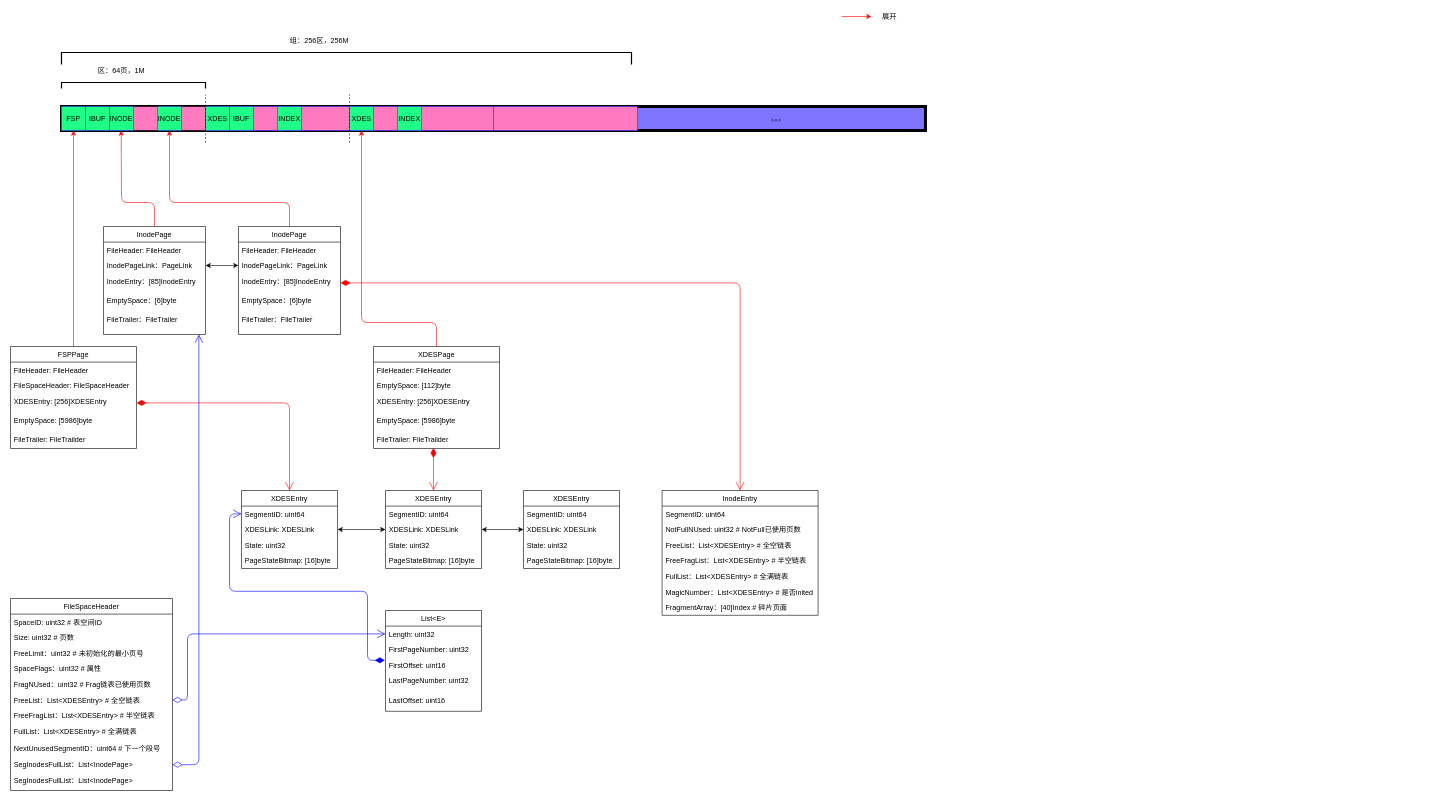
Before: innodb_table.drawio in bulletjet786/drawio, a draw.io diagram. Source tidied: cells renumbered, new cells numbered last; positions are measured from the earlier drawing's top-left corner, leaving out a move shared by most shapes. Both pictures are drawn from the tidied source at 60%, with x=0, y=0 at pixel (10, 10).
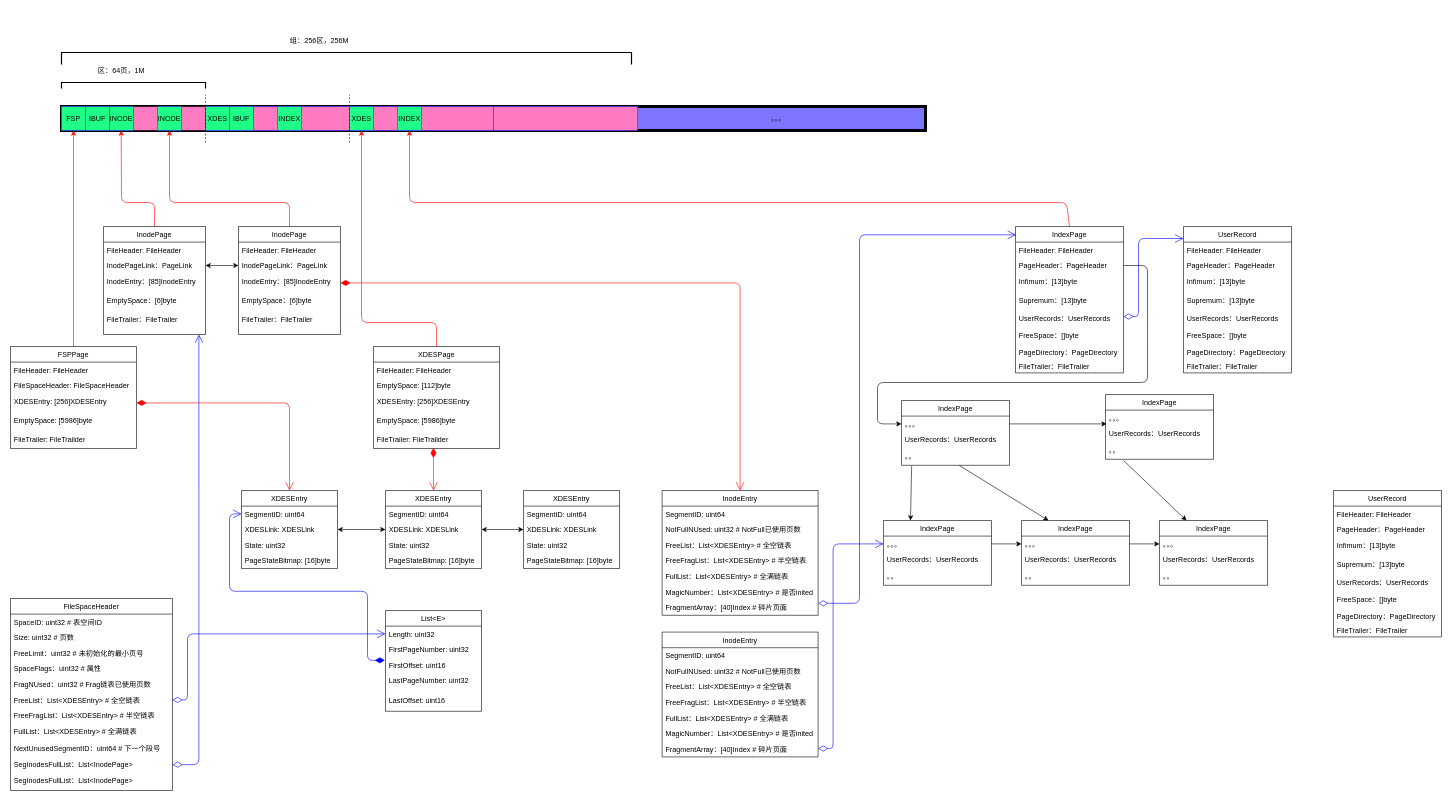
The same page after the edit.

The change refers to these unchanged cells:
```xml
<mxCell id="100" value="FragmentArray：[40]Index # 碎片页面" style="text;strokeColor=none;fillColor=none;align=left;verticalAlign=top;spacingLeft=4;spacingRight=4;overflow=hidden;points=[[0,0.5],[1,0.5]];portConstraint=eastwest;" parent="93" vertex="1">
  <mxGeometry y="182" width="260" height="26" as="geometry" />
</mxCell>
```

Change to the diagram source:
```diff
@@
-    <mxCell id="66" style="endArrow=classic;html=1;strokeColor=#FF0000;" parent="1" edge="1">
-      <mxGeometry relative="1" as="geometry">
-        <mxPoint x="1385" y="10" as="sourcePoint" />
-        <mxPoint x="1435" y="10" as="targetPoint" />
-      </mxGeometry>
-    </mxCell>
-    <mxCell id="67" value="展开" style="text;html=1;strokeColor=none;fillColor=none;align=center;verticalAlign=middle;whiteSpace=wrap;rounded=0;shadow=0;" parent="1" vertex="1">
-      <mxGeometry x="1445" width="40" height="20" as="geometry" />
-    </mxCell>
@@
+    <mxCell id="103" value="IndexPage" style="swimlane;fontStyle=0;horizontal=1;startSize=26;fillColor=none;shadow=0;strokeColor=#000000;strokeWidth=1;" parent="1" vertex="1">
+      <mxGeometry x="1675" y="360" width="180" height="244" as="geometry" />
+    </mxCell>
+    <mxCell id="104" value="FileHeader: FileHeader" style="text;strokeColor=none;fillColor=none;align=left;verticalAlign=top;spacingLeft=4;spacingRight=4;overflow=hidden;" parent="103" vertex="1">
+      <mxGeometry y="26" width="180" height="26" as="geometry" />
+    </mxCell>
+    <mxCell id="105" value="PageHeader：PageHeader" style="text;strokeColor=none;fillColor=none;align=left;verticalAlign=top;spacingLeft=4;spacingRight=4;overflow=hidden;points=[[0,0.5],[1,0.5]];portConstraint=eastwest;" parent="103" vertex="1">
+      <mxGeometry y="52" width="180" height="26" as="geometry" />
+    </mxCell>
+    <mxCell id="106" value="Infimum：[13]byte" style="text;strokeColor=none;fillColor=none;align=left;verticalAlign=top;spacingLeft=4;spacingRight=4;overflow=hidden;" parent="103" vertex="1">
+      <mxGeometry y="78" width="180" height="32" as="geometry" />
+    </mxCell>
+    <mxCell id="107" value="Supremum：[13]byte" style="text;strokeColor=none;fillColor=none;align=left;verticalAlign=top;spacingLeft=4;spacingRight=4;overflow=hidden;" parent="103" vertex="1">
+      <mxGeometry y="110" width="180" height="30" as="geometry" />
+    </mxCell>
+    <mxCell id="108" value="UserRecords：UserRecords" style="text;strokeColor=none;fillColor=none;align=left;verticalAlign=top;spacingLeft=4;spacingRight=4;overflow=hidden;" parent="103" vertex="1">
+      <mxGeometry y="140" width="180" height="28" as="geometry" />
+    </mxCell>
+    <mxCell id="109" value="FreeSpace：[]byte" style="text;strokeColor=none;fillColor=none;align=left;verticalAlign=top;spacingLeft=4;spacingRight=4;overflow=hidden;" parent="103" vertex="1">
+      <mxGeometry y="168" width="180" height="28" as="geometry" />
+    </mxCell>
+    <mxCell id="110" value="PageDirectory：PageDirectory" style="text;strokeColor=none;fillColor=none;align=left;verticalAlign=top;spacingLeft=4;spacingRight=4;overflow=hidden;" parent="103" vertex="1">
+      <mxGeometry y="196" width="180" height="24" as="geometry" />
+    </mxCell>
+    <mxCell id="111" value="FileTrailer：FileTrailer" style="text;strokeColor=none;fillColor=none;align=left;verticalAlign=top;spacingLeft=4;spacingRight=4;overflow=hidden;" parent="103" vertex="1">
+      <mxGeometry y="220" width="180" height="24" as="geometry" />
+    </mxCell>
+    <mxCell id="112" style="endArrow=classic;html=1;entryX=0.5;entryY=1;entryDx=0;entryDy=0;exitX=0.5;exitY=0;exitDx=0;exitDy=0;strokeColor=#FF0000;" parent="1" edge="1" source="103">
+      <mxGeometry relative="1" as="geometry">
+        <mxPoint x="665" y="200" as="targetPoint" />
+        <Array as="points">
+          <mxPoint x="1760" y="320" />
+          <mxPoint x="665" y="320" />
+        </Array>
+      </mxGeometry>
+    </mxCell>
+    <mxCell id="113" style="endArrow=open;html=1;endSize=12;startArrow=diamondThin;startSize=14;startFill=0;edgeStyle=orthogonalEdgeStyle;align=left;verticalAlign=bottom;strokeColor=#0000FF;exitX=1;exitY=0.5;exitDx=0;exitDy=0;entryX=0;entryY=0.082;entryDx=0;entryDy=0;entryPerimeter=0;" parent="1" edge="1" target="114">
+      <mxGeometry x="-1" y="3" relative="1" as="geometry">
+        <mxPoint x="1855" y="510" as="sourcePoint" />
+        <Array as="points">
+          <mxPoint x="1880" y="510" />
+          <mxPoint x="1880" y="380" />
+        </Array>
+      </mxGeometry>
+    </mxCell>
+    <mxCell id="114" value="UserRecord" style="swimlane;fontStyle=0;horizontal=1;startSize=26;fillColor=none;shadow=0;strokeColor=#000000;strokeWidth=1;" parent="1" vertex="1">
+      <mxGeometry x="1955" y="360" width="180" height="244" as="geometry" />
+    </mxCell>
+    <mxCell id="115" value="FileHeader: FileHeader" style="text;strokeColor=none;fillColor=none;align=left;verticalAlign=top;spacingLeft=4;spacingRight=4;overflow=hidden;" parent="114" vertex="1">
+      <mxGeometry y="26" width="180" height="26" as="geometry" />
+    </mxCell>
+    <mxCell id="116" value="PageHeader：PageHeader" style="text;strokeColor=none;fillColor=none;align=left;verticalAlign=top;spacingLeft=4;spacingRight=4;overflow=hidden;" parent="114" vertex="1">
+      <mxGeometry y="52" width="180" height="26" as="geometry" />
+    </mxCell>
+    <mxCell id="117" value="Infimum：[13]byte" style="text;strokeColor=none;fillColor=none;align=left;verticalAlign=top;spacingLeft=4;spacingRight=4;overflow=hidden;" parent="114" vertex="1">
+      <mxGeometry y="78" width="180" height="32" as="geometry" />
+    </mxCell>
+    <mxCell id="118" value="Supremum：[13]byte" style="text;strokeColor=none;fillColor=none;align=left;verticalAlign=top;spacingLeft=4;spacingRight=4;overflow=hidden;" parent="114" vertex="1">
+      <mxGeometry y="110" width="180" height="30" as="geometry" />
+    </mxCell>
+    <mxCell id="119" value="UserRecords：UserRecords" style="text;strokeColor=none;fillColor=none;align=left;verticalAlign=top;spacingLeft=4;spacingRight=4;overflow=hidden;" parent="114" vertex="1">
+      <mxGeometry y="140" width="180" height="28" as="geometry" />
+    </mxCell>
+    <mxCell id="120" value="FreeSpace：[]byte" style="text;strokeColor=none;fillColor=none;align=left;verticalAlign=top;spacingLeft=4;spacingRight=4;overflow=hidden;" parent="114" vertex="1">
+      <mxGeometry y="168" width="180" height="28" as="geometry" />
+    </mxCell>
+    <mxCell id="121" value="PageDirectory：PageDirectory" style="text;strokeColor=none;fillColor=none;align=left;verticalAlign=top;spacingLeft=4;spacingRight=4;overflow=hidden;" parent="114" vertex="1">
+      <mxGeometry y="196" width="180" height="24" as="geometry" />
+    </mxCell>
+    <mxCell id="122" value="FileTrailer：FileTrailer" style="text;strokeColor=none;fillColor=none;align=left;verticalAlign=top;spacingLeft=4;spacingRight=4;overflow=hidden;" parent="114" vertex="1">
+      <mxGeometry y="220" width="180" height="24" as="geometry" />
+    </mxCell>
+    <mxCell id="123" value="IndexPage" style="swimlane;fontStyle=0;horizontal=1;startSize=26;fillColor=none;shadow=0;strokeColor=#000000;strokeWidth=1;" parent="1" vertex="1">
+      <mxGeometry x="1485" y="650" width="180" height="108" as="geometry" />
+    </mxCell>
+    <mxCell id="124" value="。。。" style="text;strokeColor=none;fillColor=none;align=left;verticalAlign=top;spacingLeft=4;spacingRight=4;overflow=hidden;points=[[0,0.5],[1,0.5]];portConstraint=eastwest;" parent="123" vertex="1">
+      <mxGeometry y="26" width="180" height="26" as="geometry" />
+    </mxCell>
+    <mxCell id="125" value="UserRecords：UserRecords" style="text;strokeColor=none;fillColor=none;align=left;verticalAlign=top;spacingLeft=4;spacingRight=4;overflow=hidden;" parent="123" vertex="1">
+      <mxGeometry y="52" width="180" height="28" as="geometry" />
+    </mxCell>
+    <mxCell id="126" value="。。" style="text;strokeColor=none;fillColor=none;align=left;verticalAlign=top;spacingLeft=4;spacingRight=4;overflow=hidden;points=[[0,0.5],[1,0.5]];portConstraint=eastwest;" parent="123" vertex="1">
+      <mxGeometry y="80" width="180" height="28" as="geometry" />
+    </mxCell>
+    <mxCell id="127" value="IndexPage" style="swimlane;fontStyle=0;horizontal=1;startSize=26;fillColor=none;shadow=0;strokeColor=#000000;strokeWidth=1;" parent="1" vertex="1">
+      <mxGeometry x="1825" y="640" width="180" height="108" as="geometry" />
+    </mxCell>
+    <mxCell id="128" value="。。。" style="text;strokeColor=none;fillColor=none;align=left;verticalAlign=top;spacingLeft=4;spacingRight=4;overflow=hidden;" parent="127" vertex="1">
+      <mxGeometry y="26" width="180" height="26" as="geometry" />
+    </mxCell>
+    <mxCell id="129" value="UserRecords：UserRecords" style="text;strokeColor=none;fillColor=none;align=left;verticalAlign=top;spacingLeft=4;spacingRight=4;overflow=hidden;points=[[0,0.5],[1,0.5]];portConstraint=eastwest;" parent="127" vertex="1">
+      <mxGeometry y="52" width="180" height="28" as="geometry" />
+    </mxCell>
+    <mxCell id="130" value="。。" style="text;strokeColor=none;fillColor=none;align=left;verticalAlign=top;spacingLeft=4;spacingRight=4;overflow=hidden;points=[[0,0.5],[1,0.5]];portConstraint=eastwest;" parent="127" vertex="1">
+      <mxGeometry y="80" width="180" height="28" as="geometry" />
+    </mxCell>
+    <mxCell id="131" style="endArrow=open;html=1;endSize=12;startArrow=diamondThin;startSize=14;startFill=0;edgeStyle=orthogonalEdgeStyle;align=left;verticalAlign=bottom;strokeColor=#0000FF;entryX=0.006;entryY=0.057;entryDx=0;entryDy=0;entryPerimeter=0;" parent="1" edge="1" source="100" target="103">
+      <mxGeometry x="-1" y="3" relative="1" as="geometry">
+        <Array as="points">
+          <mxPoint x="1415" y="988" />
+          <mxPoint x="1415" y="374" />
+        </Array>
+      </mxGeometry>
+    </mxCell>
+    <mxCell id="132" style="endArrow=classic;html=1;exitX=1;exitY=0.5;exitDx=0;exitDy=0;entryX=0;entryY=0.5;entryDx=0;entryDy=0;" parent="1" edge="1" source="105" target="124">
+      <mxGeometry relative="1" as="geometry">
+        <Array as="points">
+          <mxPoint x="1895" y="425" />
+          <mxPoint x="1895" y="540" />
+          <mxPoint x="1895" y="620" />
+          <mxPoint x="1555" y="620" />
+          <mxPoint x="1445" y="620" />
+          <mxPoint x="1445" y="663" />
+          <mxPoint x="1445" y="689" />
+          <mxPoint x="1465" y="689" />
+        </Array>
+      </mxGeometry>
+    </mxCell>
+    <mxCell id="133" style="endArrow=classic;html=1;exitX=1;exitY=0.5;exitDx=0;exitDy=0;entryX=0.011;entryY=-0.107;entryDx=0;entryDy=0;entryPerimeter=0;" parent="1" edge="1" source="124" target="129">
+      <mxGeometry relative="1" as="geometry" />
+    </mxCell>
+    <mxCell id="134" value="IndexPage" style="swimlane;fontStyle=0;horizontal=1;startSize=26;fillColor=none;shadow=0;strokeColor=#000000;strokeWidth=1;" parent="1" vertex="1">
+      <mxGeometry x="1455" y="850" width="180" height="108" as="geometry" />
+    </mxCell>
+    <mxCell id="135" value="。。。" style="text;strokeColor=none;fillColor=none;align=left;verticalAlign=top;spacingLeft=4;spacingRight=4;overflow=hidden;points=[[0,0.5],[1,0.5]];portConstraint=eastwest;" parent="134" vertex="1">
+      <mxGeometry y="26" width="180" height="26" as="geometry" />
+    </mxCell>
+    <mxCell id="136" value="UserRecords：UserRecords" style="text;strokeColor=none;fillColor=none;align=left;verticalAlign=top;spacingLeft=4;spacingRight=4;overflow=hidden;" parent="134" vertex="1">
+      <mxGeometry y="52" width="180" height="28" as="geometry" />
+    </mxCell>
+    <mxCell id="137" value="。。" style="text;strokeColor=none;fillColor=none;align=left;verticalAlign=top;spacingLeft=4;spacingRight=4;overflow=hidden;" parent="134" vertex="1">
+      <mxGeometry y="80" width="180" height="28" as="geometry" />
+    </mxCell>
+    <mxCell id="138" value="InodeEntry" style="swimlane;fontStyle=0;horizontal=1;startSize=26;fillColor=none;shadow=0;strokeColor=#000000;strokeWidth=1;" parent="1" vertex="1">
+      <mxGeometry x="1086" y="1036" width="260" height="208" as="geometry" />
+    </mxCell>
+    <mxCell id="139" value="SegmentID: uint64" style="text;strokeColor=none;fillColor=none;align=left;verticalAlign=top;spacingLeft=4;spacingRight=4;overflow=hidden;" parent="138" vertex="1">
+      <mxGeometry y="26" width="260" height="26" as="geometry" />
+    </mxCell>
+    <mxCell id="140" value="NotFullNUsed: uint32 # NotFull已使用页数" style="text;strokeColor=none;fillColor=none;align=left;verticalAlign=top;spacingLeft=4;spacingRight=4;overflow=hidden;" parent="138" vertex="1">
+      <mxGeometry y="52" width="260" height="26" as="geometry" />
+    </mxCell>
+    <mxCell id="141" value="FreeList：List&lt;XDESEntry&gt; # 全空链表" style="text;strokeColor=none;fillColor=none;align=left;verticalAlign=top;spacingLeft=4;spacingRight=4;overflow=hidden;" parent="138" vertex="1">
+      <mxGeometry y="78" width="260" height="26" as="geometry" />
+    </mxCell>
+    <mxCell id="142" value="FreeFragList：List&lt;XDESEntry&gt; # 半空链表" style="text;strokeColor=none;fillColor=none;align=left;verticalAlign=top;spacingLeft=4;spacingRight=4;overflow=hidden;" parent="138" vertex="1">
+      <mxGeometry y="104" width="260" height="26" as="geometry" />
+    </mxCell>
+    <mxCell id="143" value="FullList：List&lt;XDESEntry&gt; # 全满链表" style="text;strokeColor=none;fillColor=none;align=left;verticalAlign=top;spacingLeft=4;spacingRight=4;overflow=hidden;" parent="138" vertex="1">
+      <mxGeometry y="130" width="260" height="26" as="geometry" />
+    </mxCell>
+    <mxCell id="144" value="MagicNumber：List&lt;XDESEntry&gt; # 是否inited" style="text;strokeColor=none;fillColor=none;align=left;verticalAlign=top;spacingLeft=4;spacingRight=4;overflow=hidden;" parent="138" vertex="1">
+      <mxGeometry y="156" width="260" height="26" as="geometry" />
+    </mxCell>
+    <mxCell id="145" value="FragmentArray：[40]Index # 碎片页面" style="text;strokeColor=none;fillColor=none;align=left;verticalAlign=top;spacingLeft=4;spacingRight=4;overflow=hidden;" parent="138" vertex="1">
+      <mxGeometry y="182" width="260" height="26" as="geometry" />
+    </mxCell>
+    <mxCell id="146" value="IndexPage" style="swimlane;fontStyle=0;horizontal=1;startSize=26;fillColor=none;shadow=0;strokeColor=#000000;strokeWidth=1;" parent="1" vertex="1">
+      <mxGeometry x="1685" y="850" width="180" height="108" as="geometry" />
+    </mxCell>
+    <mxCell id="147" value="。。。" style="text;strokeColor=none;fillColor=none;align=left;verticalAlign=top;spacingLeft=4;spacingRight=4;overflow=hidden;points=[[0,0.5],[1,0.5]];portConstraint=eastwest;" parent="146" vertex="1">
+      <mxGeometry y="26" width="180" height="26" as="geometry" />
+    </mxCell>
+    <mxCell id="148" value="UserRecords：UserRecords" style="text;strokeColor=none;fillColor=none;align=left;verticalAlign=top;spacingLeft=4;spacingRight=4;overflow=hidden;" parent="146" vertex="1">
+      <mxGeometry y="52" width="180" height="28" as="geometry" />
+    </mxCell>
+    <mxCell id="149" value="。。" style="text;strokeColor=none;fillColor=none;align=left;verticalAlign=top;spacingLeft=4;spacingRight=4;overflow=hidden;" parent="146" vertex="1">
+      <mxGeometry y="80" width="180" height="28" as="geometry" />
+    </mxCell>
+    <mxCell id="150" value="IndexPage" style="swimlane;fontStyle=0;horizontal=1;startSize=26;fillColor=none;shadow=0;strokeColor=#000000;strokeWidth=1;" parent="1" vertex="1">
+      <mxGeometry x="1915" y="850" width="180" height="108" as="geometry" />
+    </mxCell>
+    <mxCell id="151" value="。。。" style="text;strokeColor=none;fillColor=none;align=left;verticalAlign=top;spacingLeft=4;spacingRight=4;overflow=hidden;points=[[0,0.5],[1,0.5]];portConstraint=eastwest;" parent="150" vertex="1">
+      <mxGeometry y="26" width="180" height="26" as="geometry" />
+    </mxCell>
+    <mxCell id="152" value="UserRecords：UserRecords" style="text;strokeColor=none;fillColor=none;align=left;verticalAlign=top;spacingLeft=4;spacingRight=4;overflow=hidden;" parent="150" vertex="1">
+      <mxGeometry y="52" width="180" height="28" as="geometry" />
+    </mxCell>
+    <mxCell id="153" value="。。" style="text;strokeColor=none;fillColor=none;align=left;verticalAlign=top;spacingLeft=4;spacingRight=4;overflow=hidden;" parent="150" vertex="1">
+      <mxGeometry y="80" width="180" height="28" as="geometry" />
+    </mxCell>
+    <mxCell id="154" style="endArrow=classic;html=1;exitX=1;exitY=0.5;exitDx=0;exitDy=0;entryX=0;entryY=0.5;entryDx=0;entryDy=0;" parent="1" edge="1" source="135" target="147">
+      <mxGeometry relative="1" as="geometry" />
+    </mxCell>
+    <mxCell id="155" style="endArrow=classic;html=1;exitX=1;exitY=0.5;exitDx=0;exitDy=0;entryX=0;entryY=0.5;entryDx=0;entryDy=0;" parent="1" edge="1" source="147" target="151">
+      <mxGeometry relative="1" as="geometry" />
+    </mxCell>
+    <mxCell id="156" style="endArrow=open;html=1;endSize=12;startArrow=diamondThin;startSize=14;startFill=0;edgeStyle=orthogonalEdgeStyle;align=left;verticalAlign=bottom;strokeColor=#0000FF;exitX=1;exitY=0.5;exitDx=0;exitDy=0;entryX=0;entryY=0.5;entryDx=0;entryDy=0;" parent="1" edge="1" target="135">
+      <mxGeometry x="-1" y="3" relative="1" as="geometry">
+        <mxPoint x="1346" y="1230" as="sourcePoint" />
+        <Array as="points">
+          <mxPoint x="1371" y="1230" />
+          <mxPoint x="1371" y="889" />
+        </Array>
+      </mxGeometry>
+    </mxCell>
+    <mxCell id="157" style="endArrow=classic;html=1;exitX=0.094;exitY=1.036;exitDx=0;exitDy=0;exitPerimeter=0;" parent="1" edge="1" source="126">
+      <mxGeometry relative="1" as="geometry">
+        <mxPoint x="1500" y="850" as="targetPoint" />
+      </mxGeometry>
+    </mxCell>
+    <mxCell id="158" style="endArrow=classic;html=1;exitX=0.533;exitY=1;exitDx=0;exitDy=0;exitPerimeter=0;entryX=0.25;entryY=0;entryDx=0;entryDy=0;" parent="1" edge="1" source="126" target="146">
+      <mxGeometry relative="1" as="geometry" />
+    </mxCell>
+    <mxCell id="159" style="endArrow=classic;html=1;exitX=0.167;exitY=1.071;exitDx=0;exitDy=0;exitPerimeter=0;entryX=0.25;entryY=0;entryDx=0;entryDy=0;" parent="1" edge="1" source="130" target="150">
+      <mxGeometry relative="1" as="geometry" />
+    </mxCell>
+    <mxCell id="160" value="UserRecord" style="swimlane;fontStyle=0;horizontal=1;startSize=26;fillColor=none;shadow=0;strokeColor=#000000;strokeWidth=1;" parent="1" vertex="1">
+      <mxGeometry x="2205" y="800" width="180" height="244" as="geometry" />
+    </mxCell>
+    <mxCell id="161" value="FileHeader: FileHeader" style="text;strokeColor=none;fillColor=none;align=left;verticalAlign=top;spacingLeft=4;spacingRight=4;overflow=hidden;" parent="160" vertex="1">
+      <mxGeometry y="26" width="180" height="26" as="geometry" />
+    </mxCell>
+    <mxCell id="162" value="PageHeader：PageHeader" style="text;strokeColor=none;fillColor=none;align=left;verticalAlign=top;spacingLeft=4;spacingRight=4;overflow=hidden;" parent="160" vertex="1">
+      <mxGeometry y="52" width="180" height="26" as="geometry" />
+    </mxCell>
+    <mxCell id="163" value="Infimum：[13]byte" style="text;strokeColor=none;fillColor=none;align=left;verticalAlign=top;spacingLeft=4;spacingRight=4;overflow=hidden;" parent="160" vertex="1">
+      <mxGeometry y="78" width="180" height="32" as="geometry" />
+    </mxCell>
+    <mxCell id="164" value="Supremum：[13]byte" style="text;strokeColor=none;fillColor=none;align=left;verticalAlign=top;spacingLeft=4;spacingRight=4;overflow=hidden;" parent="160" vertex="1">
+      <mxGeometry y="110" width="180" height="30" as="geometry" />
+    </mxCell>
+    <mxCell id="165" value="UserRecords：UserRecords" style="text;strokeColor=none;fillColor=none;align=left;verticalAlign=top;spacingLeft=4;spacingRight=4;overflow=hidden;" parent="160" vertex="1">
+      <mxGeometry y="140" width="180" height="28" as="geometry" />
+    </mxCell>
+    <mxCell id="166" value="FreeSpace：[]byte" style="text;strokeColor=none;fillColor=none;align=left;verticalAlign=top;spacingLeft=4;spacingRight=4;overflow=hidden;" parent="160" vertex="1">
+      <mxGeometry y="168" width="180" height="28" as="geometry" />
+    </mxCell>
+    <mxCell id="167" value="PageDirectory：PageDirectory" style="text;strokeColor=none;fillColor=none;align=left;verticalAlign=top;spacingLeft=4;spacingRight=4;overflow=hidden;" parent="160" vertex="1">
+      <mxGeometry y="196" width="180" height="24" as="geometry" />
+    </mxCell>
+    <mxCell id="168" value="FileTrailer：FileTrailer" style="text;strokeColor=none;fillColor=none;align=left;verticalAlign=top;spacingLeft=4;spacingRight=4;overflow=hidden;" parent="160" vertex="1">
+      <mxGeometry y="220" width="180" height="24" as="geometry" />
+    </mxCell>
```
